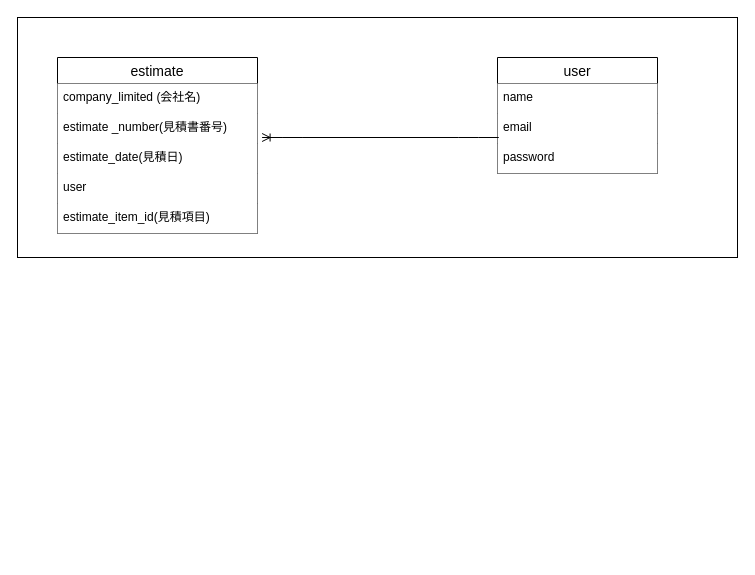
Above: ER.dio in upamaru0104/estimate (draw.io), before the change. Source tidied: cells renumbered, new cells numbered last; positions are measured from the earlier drawing's top-left corner, leaving out a move shared by most shapes. Both pictures are drawn from the tidied source at 100%, with x=0, y=0 at pixel (17, 17).
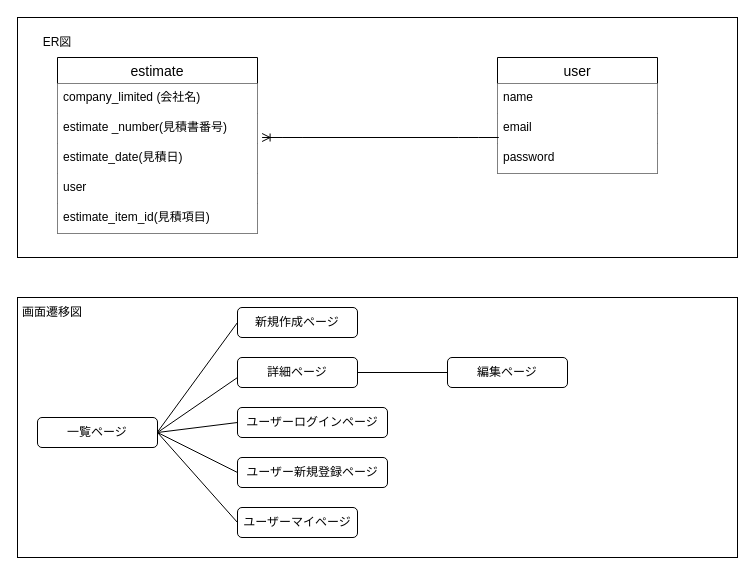
Above is the later version.

Commit message (it also covers changes not shown here):
画面遷移図を作成

What changed in the source:
```diff
@@
+    <mxCell id="14" value="ER図" style="text;strokeColor=none;align=center;fillColor=none;html=1;verticalAlign=middle;whiteSpace=wrap;rounded=0;" parent="1" vertex="1">
+      <mxGeometry x="10" y="10" width="60" height="30" as="geometry" />
+    </mxCell>
+    <mxCell id="15" style="rounded=0;whiteSpace=wrap;html=1;" parent="1" vertex="1">
+      <mxGeometry y="280" width="720" height="260" as="geometry" />
+    </mxCell>
+    <mxCell id="16" value="画面遷移図" style="text;strokeColor=none;align=center;fillColor=none;html=1;verticalAlign=middle;whiteSpace=wrap;rounded=0;" parent="1" vertex="1">
+      <mxGeometry y="280" width="70" height="30" as="geometry" />
+    </mxCell>
+    <mxCell id="17" value="一覧ページ" style="rounded=1;whiteSpace=wrap;html=1;" parent="1" vertex="1">
+      <mxGeometry x="20" y="400" width="120" height="30" as="geometry" />
+    </mxCell>
+    <mxCell id="18" value="新規作成ページ" style="rounded=1;whiteSpace=wrap;html=1;" parent="1" vertex="1">
+      <mxGeometry x="220" y="290" width="120" height="30" as="geometry" />
+    </mxCell>
+    <mxCell id="19" value="詳細ページ" style="rounded=1;whiteSpace=wrap;html=1;" parent="1" vertex="1">
+      <mxGeometry x="220" y="340" width="120" height="30" as="geometry" />
+    </mxCell>
+    <mxCell id="20" value="ユーザー新規登録ページ" style="rounded=1;whiteSpace=wrap;html=1;" parent="1" vertex="1">
+      <mxGeometry x="220" y="440" width="150" height="30" as="geometry" />
+    </mxCell>
+    <mxCell id="21" value="ユーザーマイページ" style="rounded=1;whiteSpace=wrap;html=1;" parent="1" vertex="1">
+      <mxGeometry x="220" y="490" width="120" height="30" as="geometry" />
+    </mxCell>
+    <mxCell id="22" style="endArrow=none;html=1;rounded=0;entryX=0;entryY=0.5;entryDx=0;entryDy=0;" parent="1" edge="1" target="18">
+      <mxGeometry relative="1" as="geometry">
+        <mxPoint x="140" y="414.5" as="sourcePoint" />
+      </mxGeometry>
+    </mxCell>
+    <mxCell id="23" style="endArrow=none;html=1;rounded=0;exitX=1;exitY=0.5;exitDx=0;exitDy=0;" parent="1" edge="1" source="17">
+      <mxGeometry relative="1" as="geometry">
+        <mxPoint x="220" y="360" as="targetPoint" />
+      </mxGeometry>
+    </mxCell>
+    <mxCell id="24" style="endArrow=none;html=1;rounded=0;entryX=0;entryY=0.5;entryDx=0;entryDy=0;exitX=1;exitY=0.5;exitDx=0;exitDy=0;" parent="1" edge="1" source="17" target="20">
+      <mxGeometry relative="1" as="geometry" />
+    </mxCell>
+    <mxCell id="25" style="endArrow=none;html=1;rounded=0;entryX=0;entryY=0.5;entryDx=0;entryDy=0;exitX=1;exitY=0.5;exitDx=0;exitDy=0;" parent="1" edge="1" source="17" target="21">
+      <mxGeometry relative="1" as="geometry" />
+    </mxCell>
+    <mxCell id="26" style="endArrow=none;html=1;rounded=0;entryX=0;entryY=0.5;entryDx=0;entryDy=0;exitX=1;exitY=0.5;exitDx=0;exitDy=0;" parent="1" edge="1" source="19" target="29">
+      <mxGeometry relative="1" as="geometry" />
+    </mxCell>
+    <mxCell id="27" style="endArrow=none;html=1;rounded=0;entryX=0;entryY=0.5;entryDx=0;entryDy=0;exitX=1;exitY=0.5;exitDx=0;exitDy=0;" parent="1" edge="1" source="17" target="28">
+      <mxGeometry relative="1" as="geometry" />
+    </mxCell>
+    <mxCell id="28" value="ユーザーログインページ" style="rounded=1;whiteSpace=wrap;html=1;" parent="1" vertex="1">
+      <mxGeometry x="220" y="390" width="150" height="30" as="geometry" />
+    </mxCell>
+    <mxCell id="29" value="編集ページ" style="rounded=1;whiteSpace=wrap;html=1;" parent="1" vertex="1">
+      <mxGeometry x="430" y="340" width="120" height="30" as="geometry" />
+    </mxCell>
```
